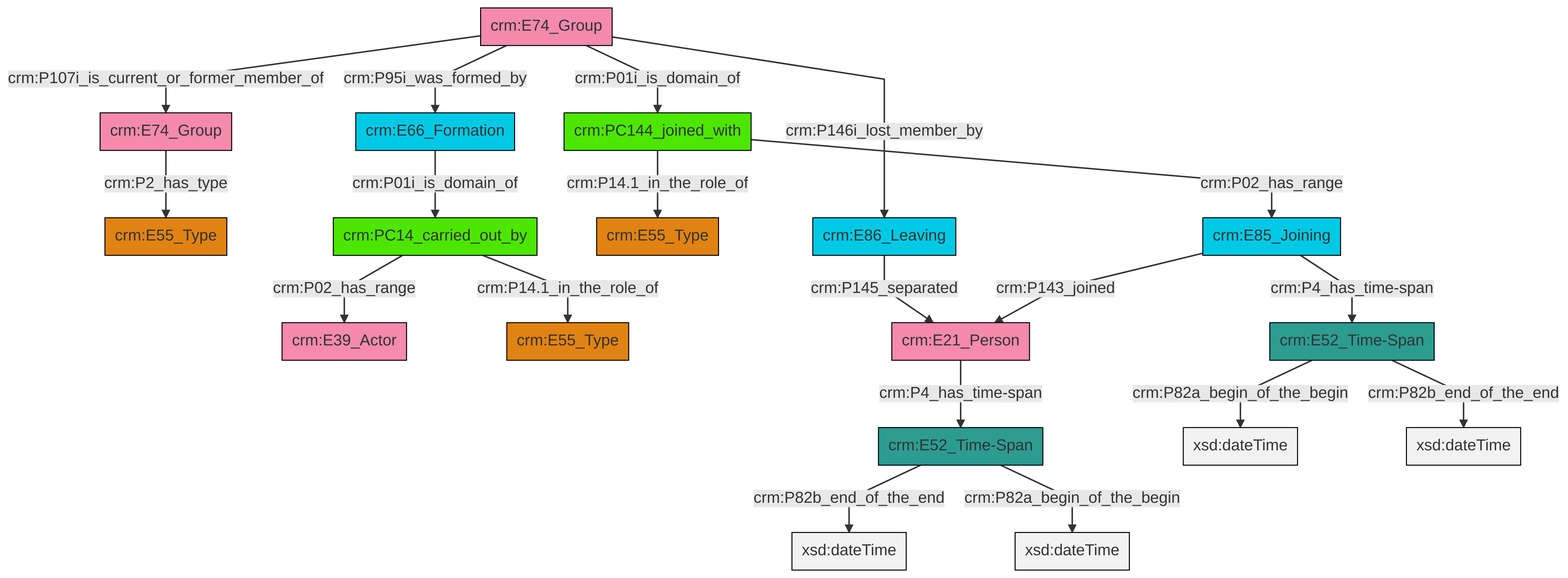
This is et/groupCSV/ttl/mmd/png/group_actor_relations.png from swiss-art-research-net/reference-data-models, a Mermaid export, as it was before one commit. Its source is kept beside it as et/groupCSV/ttl/mmd/group_actor_relations.ttl.mmd.
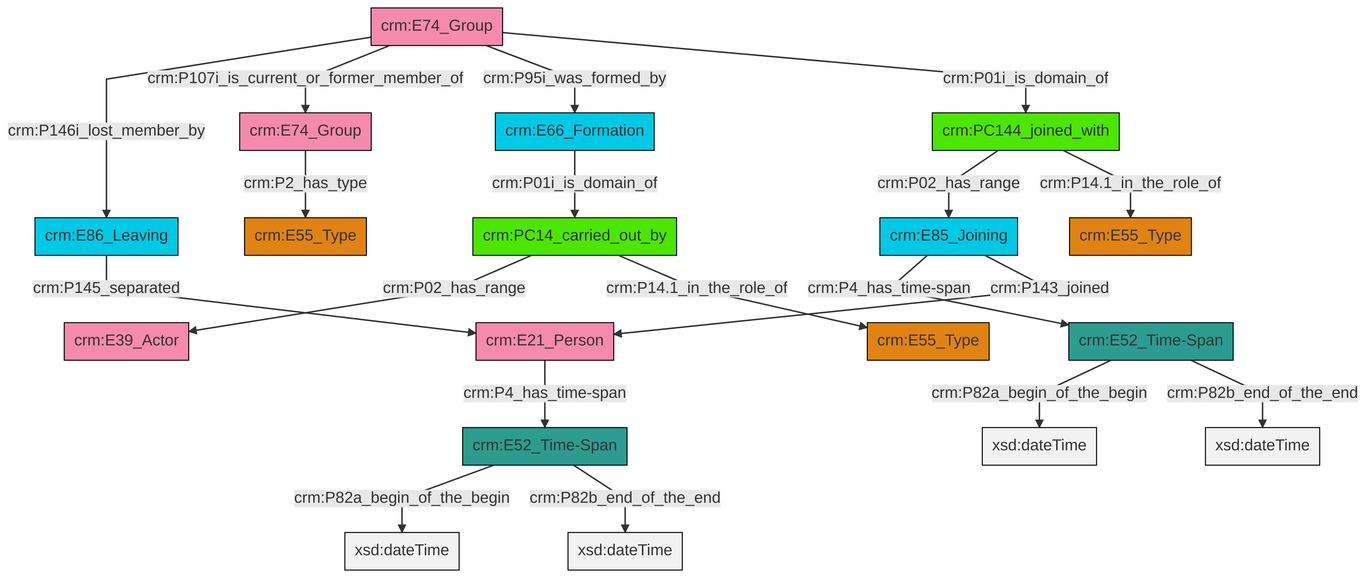
After the commit.

Change to the diagram source:
```diff
@@ -13,21 +13,21 @@
 classDef PC_Classes fill:#4ce600, stroke:#000000;
 classDef Multi fill:#cccccc,stroke:#000000;
 
-0["crm:E74_Group"]:::Actor -->|crm:P2_has_type| 1["crm:E55_Type"]:::Type
-2["crm:PC144_joined_with"]:::PC_Classes -->|crm:P02_has_range| 3["crm:E85_Joining"]:::Temporal_Entity
-7["crm:PC14_carried_out_by"]:::PC_Classes -->|crm:P02_has_range| 8["crm:E39_Actor"]:::Actor
-7["crm:PC14_carried_out_by"]:::PC_Classes -->|crm:P14.1_in_the_role_of| 9["crm:E55_Type"]:::Type
-11["crm:E21_Person"]:::Actor -->|crm:P4_has_time-span| 12["crm:E52_Time-Span"]:::Time-Span
-17["crm:E74_Group"]:::Actor -->|crm:P146i_lost_member_by| 20["crm:E86_Leaving"]:::Temporal_Entity
-12["crm:E52_Time-Span"]:::Time-Span -->|crm:P82b_end_of_the_end| 24[xsd:dateTime]:::Literal
-14["crm:E52_Time-Span"]:::Time-Span -->|crm:P82a_begin_of_the_begin| 25[xsd:dateTime]:::Literal
-17["crm:E74_Group"]:::Actor -->|crm:P01i_is_domain_of| 2["crm:PC144_joined_with"]:::PC_Classes
-17["crm:E74_Group"]:::Actor -->|crm:P107i_is_current_or_former_member_of| 0["crm:E74_Group"]:::Actor
-20["crm:E86_Leaving"]:::Temporal_Entity -->|crm:P145_separated| 11["crm:E21_Person"]:::Actor
-28["crm:E66_Formation"]:::Temporal_Entity -->|crm:P01i_is_domain_of| 7["crm:PC14_carried_out_by"]:::PC_Classes
-2["crm:PC144_joined_with"]:::PC_Classes -->|crm:P14.1_in_the_role_of| 4["crm:E55_Type"]:::Type
-12["crm:E52_Time-Span"]:::Time-Span -->|crm:P82a_begin_of_the_begin| 31[xsd:dateTime]:::Literal
-14["crm:E52_Time-Span"]:::Time-Span -->|crm:P82b_end_of_the_end| 33[xsd:dateTime]:::Literal
-17["crm:E74_Group"]:::Actor -->|crm:P95i_was_formed_by| 28["crm:E66_Formation"]:::Temporal_Entity
-3["crm:E85_Joining"]:::Temporal_Entity -->|crm:P4_has_time-span| 14["crm:E52_Time-Span"]:::Time-Span
-3["crm:E85_Joining"]:::Temporal_Entity -->|crm:P143_joined| 11["crm:E21_Person"]:::Actor
+0["crm:PC144_joined_with"]:::PC_Classes -->|crm:P02_has_range| 1["crm:E85_Joining"]:::Temporal_Entity
+4["crm:PC14_carried_out_by"]:::PC_Classes -->|crm:P02_has_range| 5["crm:E39_Actor"]:::Actor
+7["crm:E86_Leaving"]:::Temporal_Entity -->|crm:P145_separated| 8["crm:E21_Person"]:::Actor
+9["crm:E52_Time-Span"]:::Time-Span -->|crm:P82a_begin_of_the_begin| 10[xsd:dateTime]:::Literal
+2["crm:E74_Group"]:::Actor -->|crm:P2_has_type| 11["crm:E55_Type"]:::Type
+1["crm:E85_Joining"]:::Temporal_Entity -->|crm:P4_has_time-span| 9["crm:E52_Time-Span"]:::Time-Span
+12["crm:E74_Group"]:::Actor -->|crm:P146i_lost_member_by| 7["crm:E86_Leaving"]:::Temporal_Entity
+12["crm:E74_Group"]:::Actor -->|crm:P107i_is_current_or_former_member_of| 2["crm:E74_Group"]:::Actor
+12["crm:E74_Group"]:::Actor -->|crm:P95i_was_formed_by| 19["crm:E66_Formation"]:::Temporal_Entity
+19["crm:E66_Formation"]:::Temporal_Entity -->|crm:P01i_is_domain_of| 4["crm:PC14_carried_out_by"]:::PC_Classes
+1["crm:E85_Joining"]:::Temporal_Entity -->|crm:P143_joined| 8["crm:E21_Person"]:::Actor
+0["crm:PC144_joined_with"]:::PC_Classes -->|crm:P14.1_in_the_role_of| 28["crm:E55_Type"]:::Type
+14["crm:E52_Time-Span"]:::Time-Span -->|crm:P82a_begin_of_the_begin| 30[xsd:dateTime]:::Literal
+14["crm:E52_Time-Span"]:::Time-Span -->|crm:P82b_end_of_the_end| 31[xsd:dateTime]:::Literal
+12["crm:E74_Group"]:::Actor -->|crm:P01i_is_domain_of| 0["crm:PC144_joined_with"]:::PC_Classes
+9["crm:E52_Time-Span"]:::Time-Span -->|crm:P82b_end_of_the_end| 33[xsd:dateTime]:::Literal
+8["crm:E21_Person"]:::Actor -->|crm:P4_has_time-span| 14["crm:E52_Time-Span"]:::Time-Span
+4["crm:PC14_carried_out_by"]:::PC_Classes -->|crm:P14.1_in_the_role_of| 24["crm:E55_Type"]:::Type
```
